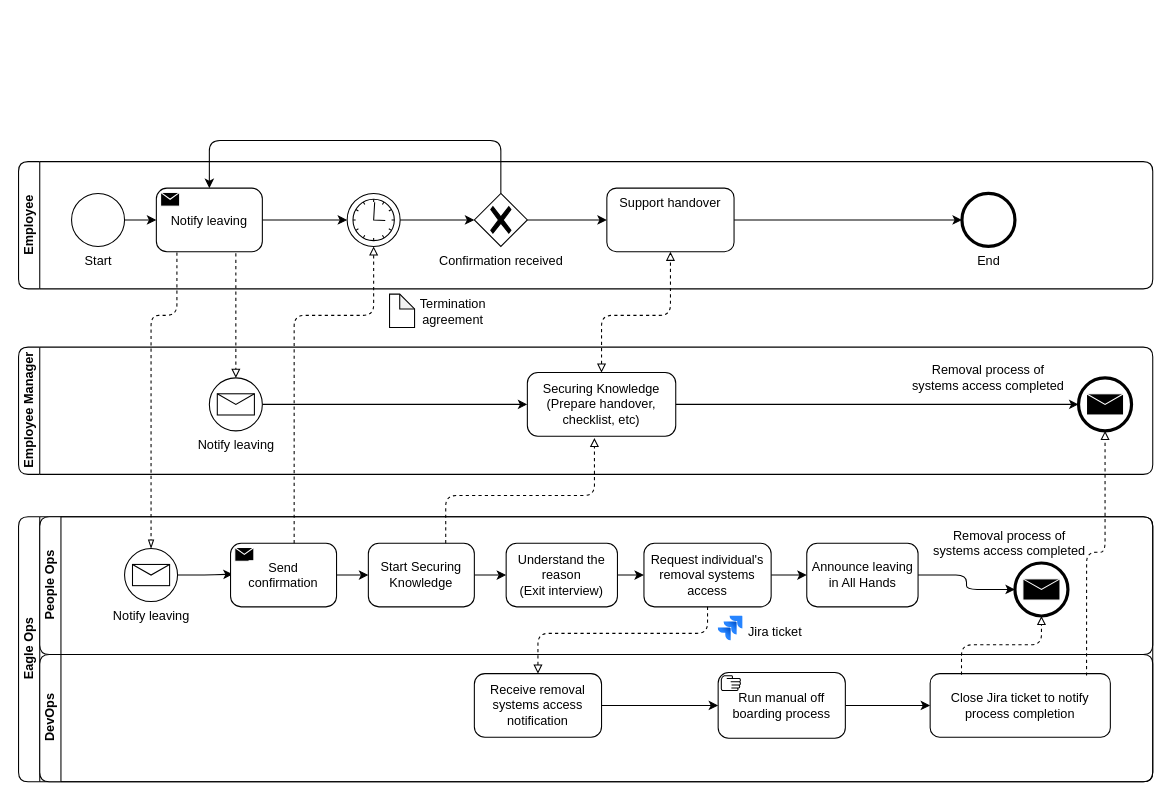
Before: page "Offboarding" (1 of 3) of diagrams/eagleops-processes.drawio in chilcano/how-tos, a draw.io diagram. Source tidied: cells renumbered, new cells numbered last; positions are measured from the earlier drawing's top-left corner, leaving out a move shared by most shapes. Both pictures are drawn from the tidied source at 106%, with x=0, y=0 at pixel (18, 140).
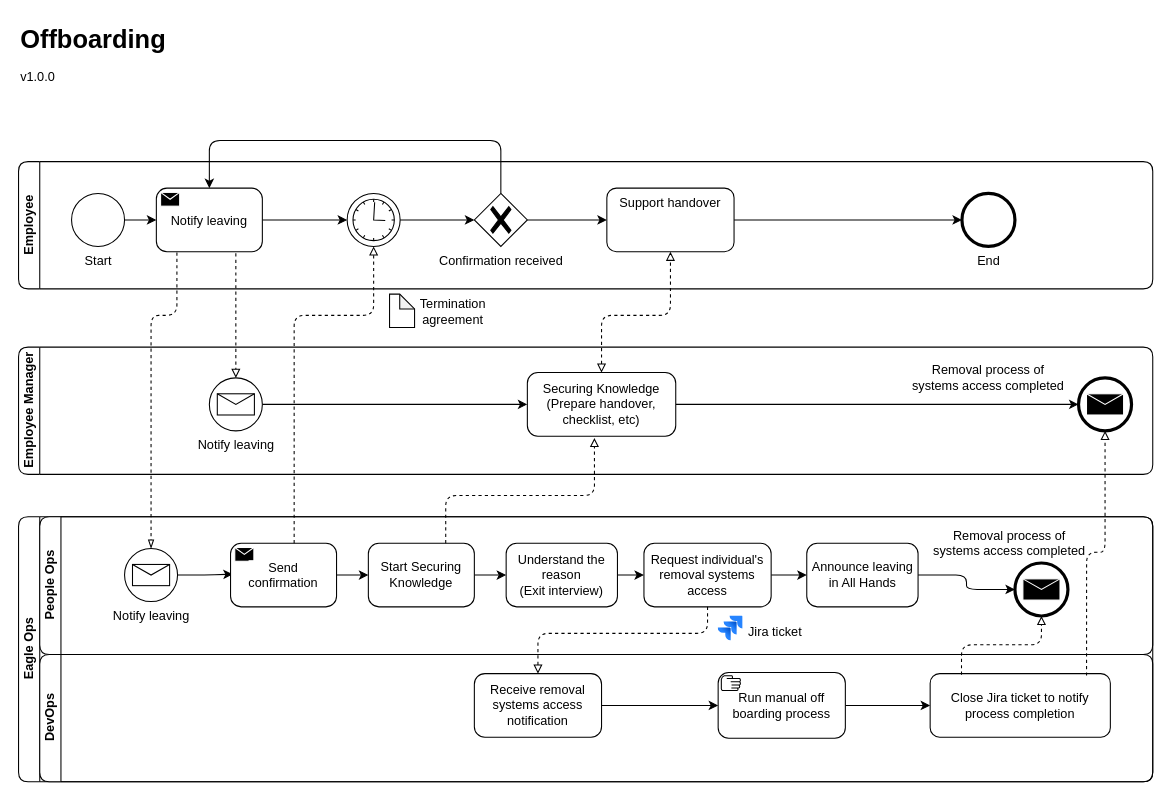
The same diagram, later.

Commit message (it also covers changes not shown here):
First 2 Onboarding diagrams added

Diff of the diagram source:
```diff
@@
+    <mxCell id="56" value="Offboarding" style="text;strokeColor=none;fillColor=none;html=1;fontSize=24;fontStyle=1;verticalAlign=middle;align=left;" parent="1" vertex="1">
+      <mxGeometry y="-115" width="230" height="40" as="geometry" />
+    </mxCell>
+    <mxCell id="57" value="v1.0.0" style="text;html=1;strokeColor=none;fillColor=none;align=left;verticalAlign=middle;whiteSpace=wrap;rounded=0;" parent="1" vertex="1">
+      <mxGeometry y="-75" width="60" height="30" as="geometry" />
+    </mxCell>
```
